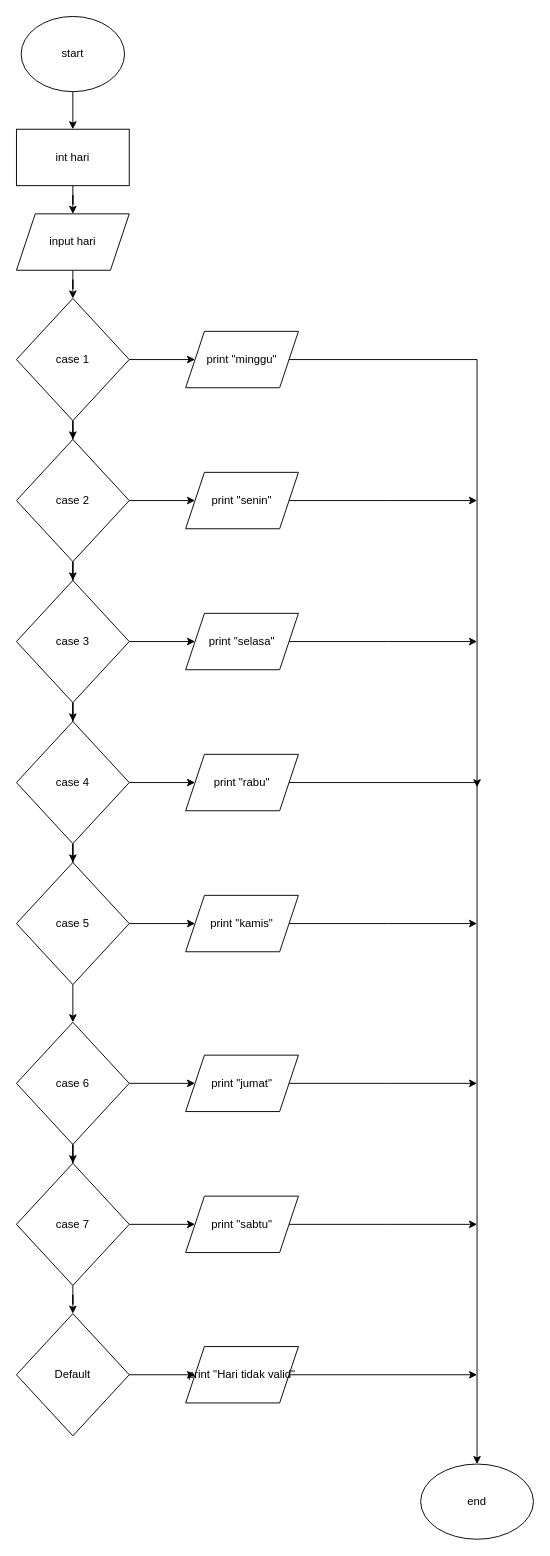
Before: Prak 7.drawio in hafidalim/flowchart_kp, a draw.io diagram. Source tidied: cells renumbered, new cells numbered last; positions are measured from the earlier drawing's top-left corner, leaving out a move shared by most shapes. Both pictures are drawn from the tidied source at 94%, with x=0, y=0 at pixel (16, 16).
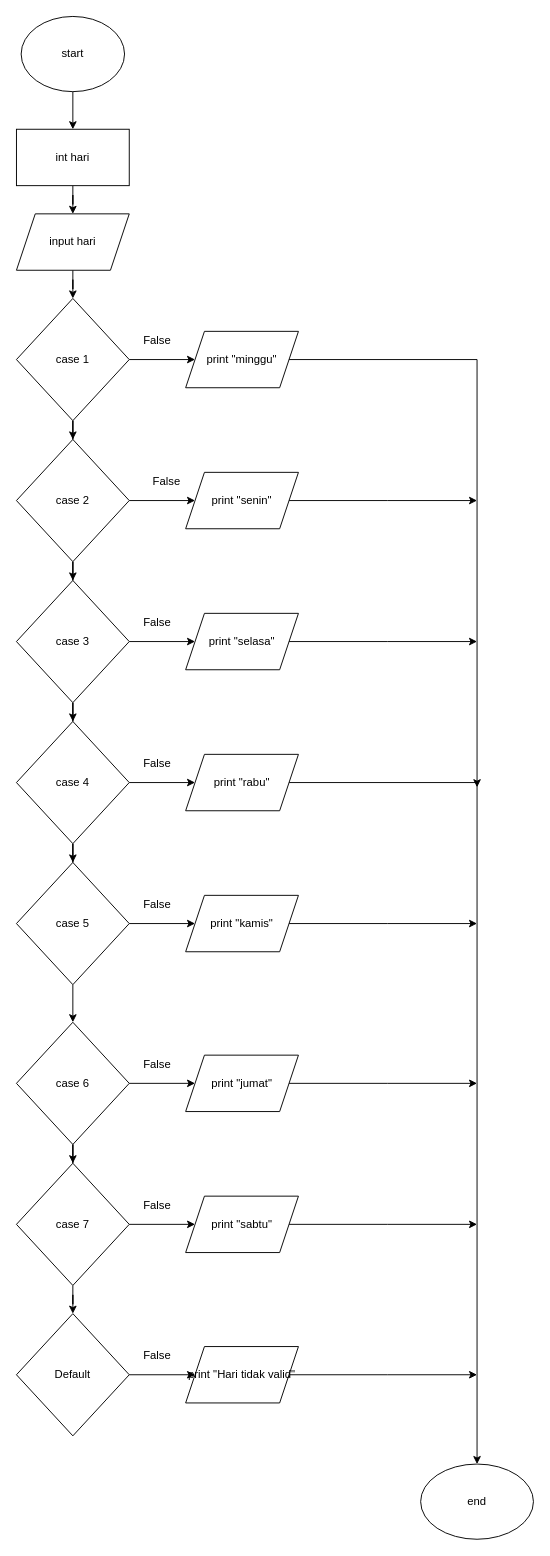
The same diagram, later.

Diff of the diagram source:
```diff
@@
+    <mxCell id="48" value="False" style="text;html=1;strokeColor=none;fillColor=none;align=center;verticalAlign=middle;whiteSpace=wrap;rounded=0;" parent="1" vertex="1">
+      <mxGeometry x="130" y="335" width="40" height="20" as="geometry" />
+    </mxCell>
+    <mxCell id="49" value="False" style="text;html=1;strokeColor=none;fillColor=none;align=center;verticalAlign=middle;whiteSpace=wrap;rounded=0;" parent="1" vertex="1">
+      <mxGeometry x="140" y="485" width="40" height="20" as="geometry" />
+    </mxCell>
+    <mxCell id="50" value="False" style="text;html=1;strokeColor=none;fillColor=none;align=center;verticalAlign=middle;whiteSpace=wrap;rounded=0;" parent="1" vertex="1">
+      <mxGeometry x="130" y="635" width="40" height="20" as="geometry" />
+    </mxCell>
+    <mxCell id="51" value="False" style="text;html=1;strokeColor=none;fillColor=none;align=center;verticalAlign=middle;whiteSpace=wrap;rounded=0;" parent="1" vertex="1">
+      <mxGeometry x="130" y="785" width="40" height="20" as="geometry" />
+    </mxCell>
+    <mxCell id="52" value="False" style="text;html=1;strokeColor=none;fillColor=none;align=center;verticalAlign=middle;whiteSpace=wrap;rounded=0;" parent="1" vertex="1">
+      <mxGeometry x="130" y="935" width="40" height="20" as="geometry" />
+    </mxCell>
+    <mxCell id="53" value="False" style="text;html=1;strokeColor=none;fillColor=none;align=center;verticalAlign=middle;whiteSpace=wrap;rounded=0;" parent="1" vertex="1">
+      <mxGeometry x="130" y="1105" width="40" height="20" as="geometry" />
+    </mxCell>
+    <mxCell id="54" value="False" style="text;html=1;strokeColor=none;fillColor=none;align=center;verticalAlign=middle;whiteSpace=wrap;rounded=0;" parent="1" vertex="1">
+      <mxGeometry x="130" y="1255" width="40" height="20" as="geometry" />
+    </mxCell>
+    <mxCell id="55" value="False" style="text;html=1;strokeColor=none;fillColor=none;align=center;verticalAlign=middle;whiteSpace=wrap;rounded=0;" parent="1" vertex="1">
+      <mxGeometry x="130" y="1415" width="40" height="20" as="geometry" />
+    </mxCell>
```
